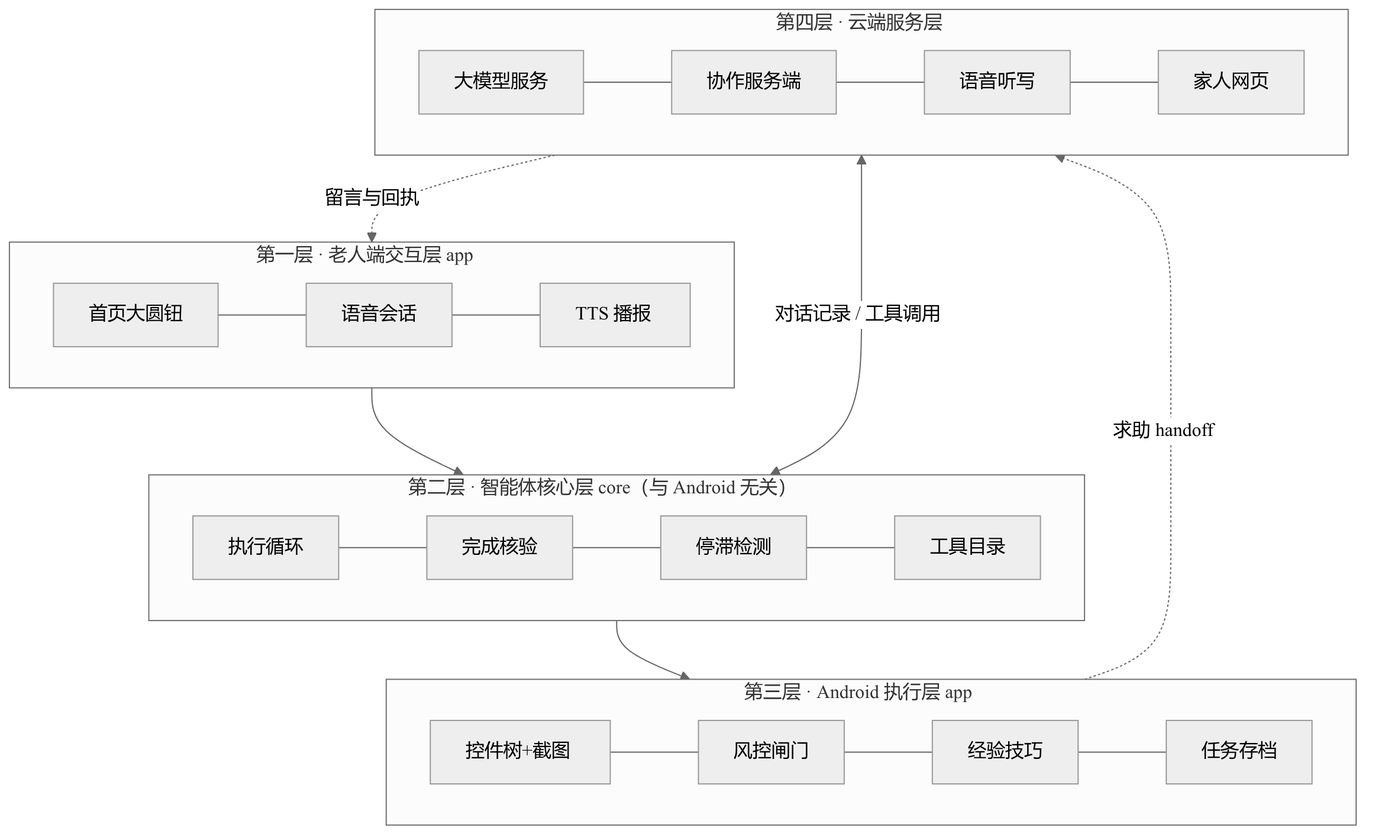
Above: docs/aic-2026/figures/fig2.png in lhxll07/elder-harness (Mermaid), before the change. Its source is kept beside it as docs/aic-2026/figures/fig2.mmd.
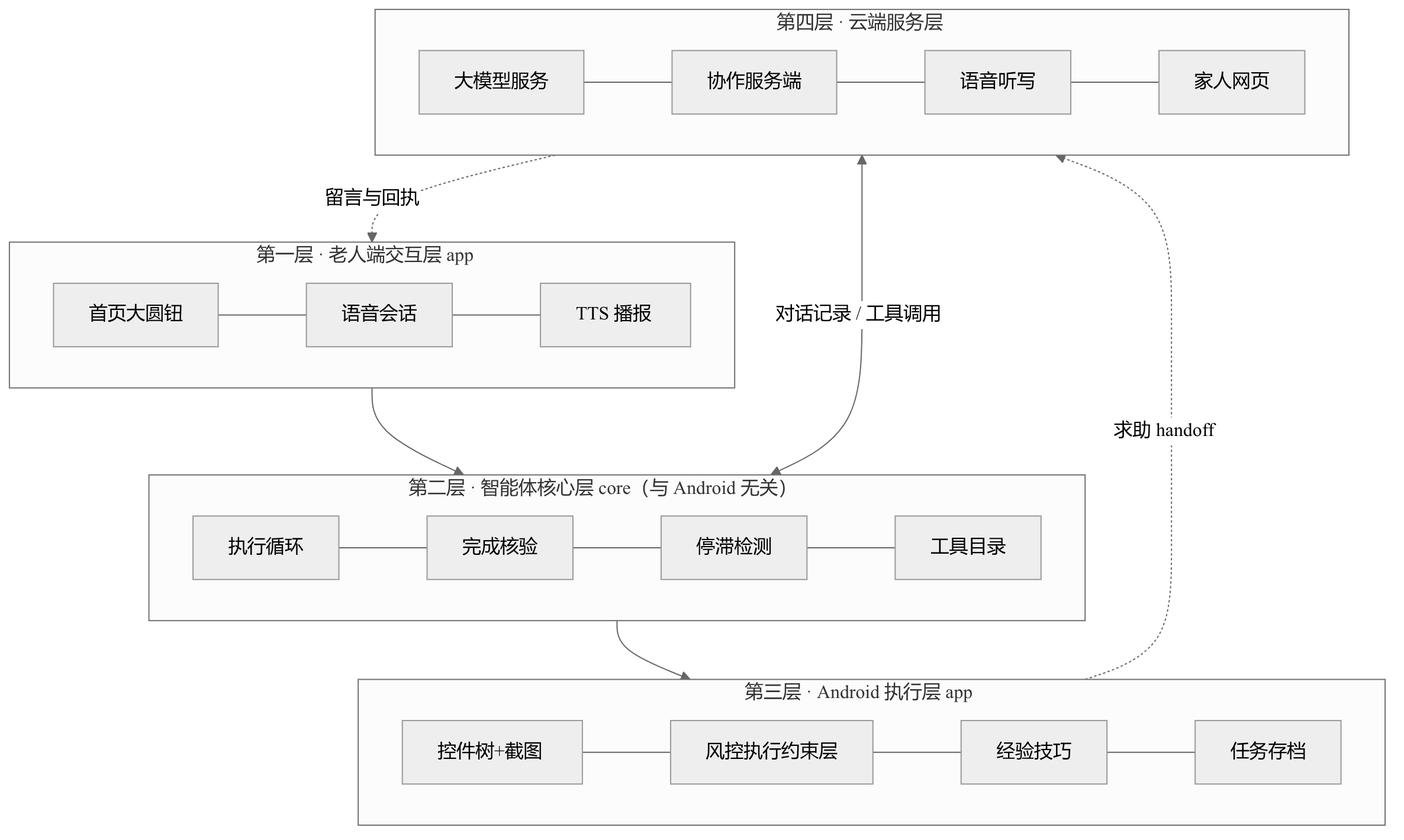
Later version of the same file.

Change to the diagram source:
```diff
@@ -10,7 +10,7 @@
   end
   subgraph L3[第三层 · Android 执行层 app]
     direction LR
-    Access[控件树+截图] --- Guard[风控闸门] --- Skills[经验技巧] --- Store[任务存档]
+    Access[控件树+截图] --- Guard[风控执行约束层] --- Skills[经验技巧] --- Store[任务存档]
   end
   subgraph L4[第四层 · 云端服务层]
     direction LR
```
